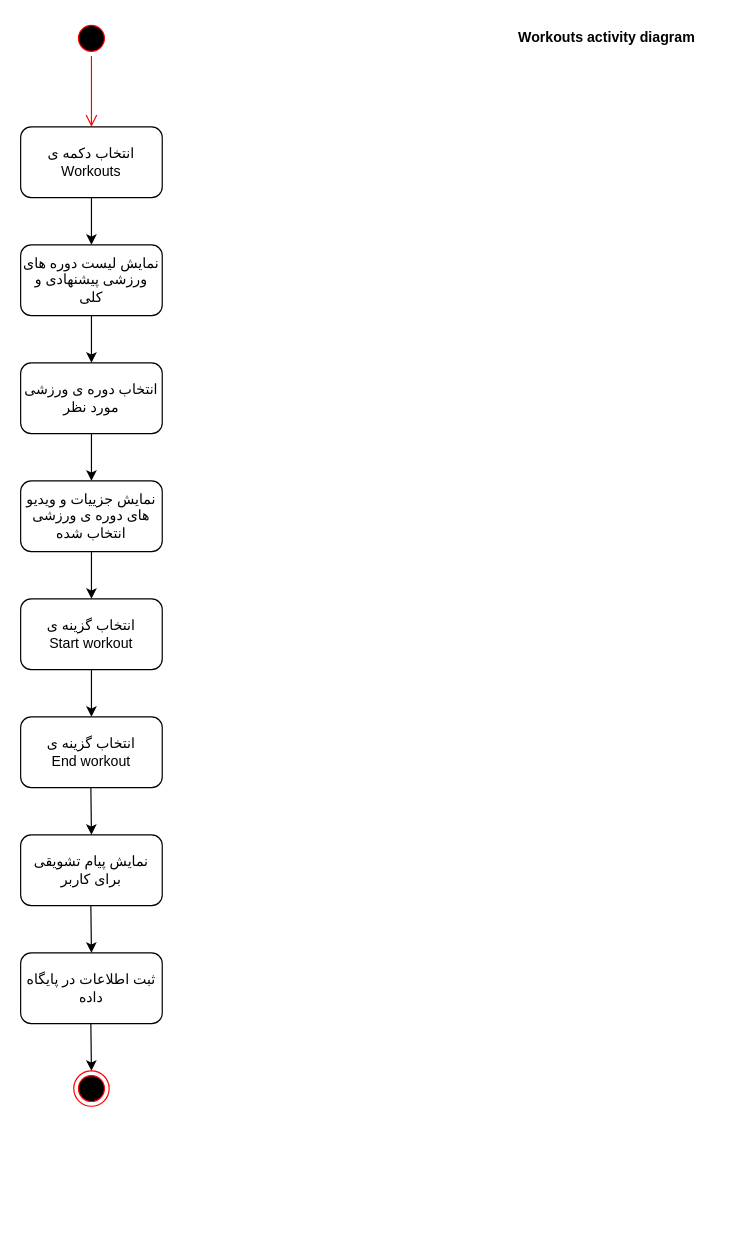
Before: Docs./ActivityDiagram-Workouts.drawio in ShadiMe-flutter/Workout, a draw.io diagram. Source tidied: cells renumbered, new cells numbered last; positions are measured from the earlier drawing's top-left corner, leaving out a move shared by most shapes. Both pictures are drawn from the tidied source at 118%, with x=0, y=0 at pixel (20, 20).
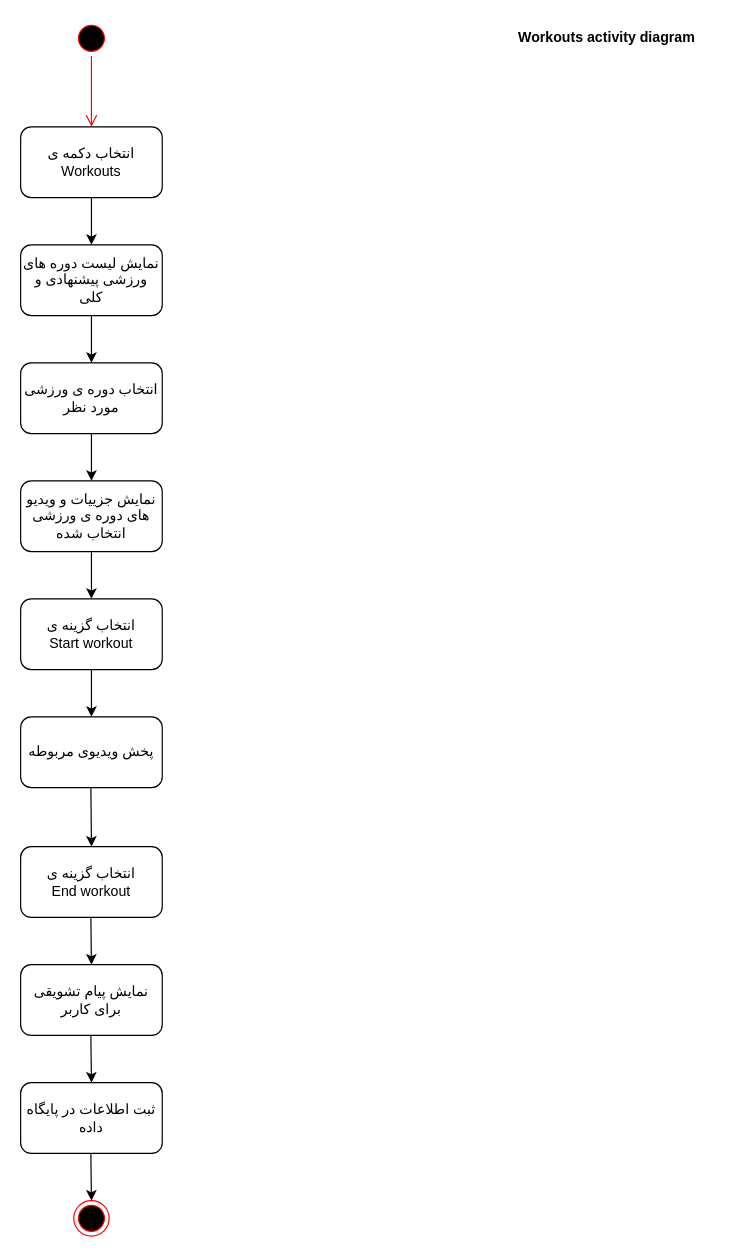
After the change.

Change to the diagram source:
```diff
@@
     <mxCell id="14" style="ellipse;html=1;shape=endState;fillColor=#000000;strokeColor=#ff0000;" parent="1" vertex="1">
-      <mxGeometry x="45" y="890" width="30" height="30" as="geometry" />
+      <mxGeometry x="45" y="1000" width="30" height="30" as="geometry" />
     </mxCell>
@@
     <mxCell id="16" value="ثبت اطلاعات در پایگاه داده" style="rounded=1;whiteSpace=wrap;html=1;" parent="1" vertex="1">
-      <mxGeometry y="790" width="120" height="60" as="geometry" />
+      <mxGeometry y="900" width="120" height="60" as="geometry" />
     </mxCell>
     <mxCell id="17" style="endArrow=classic;html=1;" parent="1" edge="1">
       <mxGeometry relative="1" as="geometry">
-        <mxPoint x="59.5" y="850" as="sourcePoint" />
-        <mxPoint x="60" y="890" as="targetPoint" />
+        <mxPoint x="59.5" y="960" as="sourcePoint" />
+        <mxPoint x="60" y="1000" as="targetPoint" />
       </mxGeometry>
     </mxCell>
     <mxCell id="18" value="&lt;div&gt;انتخاب گزینه ی &lt;br&gt;&lt;/div&gt;&lt;div&gt;End workout&lt;br&gt;&lt;/div&gt;" style="rounded=1;whiteSpace=wrap;html=1;" parent="1" vertex="1">
-      <mxGeometry y="590" width="120" height="60" as="geometry" />
+      <mxGeometry y="700" width="120" height="60" as="geometry" />
     </mxCell>
     <mxCell id="19" value="نمایش پیام تشویقی برای کاربر" style="rounded=1;whiteSpace=wrap;html=1;" parent="1" vertex="1">
-      <mxGeometry y="690" width="120" height="60" as="geometry" />
+      <mxGeometry y="800" width="120" height="60" as="geometry" />
     </mxCell>
     <mxCell id="20" style="endArrow=classic;html=1;" parent="1" edge="1">
       <mxGeometry relative="1" as="geometry">
-        <mxPoint x="59.5" y="650" as="sourcePoint" />
-        <mxPoint x="60" y="690" as="targetPoint" />
+        <mxPoint x="59.5" y="760" as="sourcePoint" />
+        <mxPoint x="60" y="800" as="targetPoint" />
       </mxGeometry>
     </mxCell>
     <mxCell id="21" style="endArrow=classic;html=1;" parent="1" edge="1">
       <mxGeometry relative="1" as="geometry">
-        <mxPoint x="59.5" y="750" as="sourcePoint" />
-        <mxPoint x="60" y="790" as="targetPoint" />
+        <mxPoint x="59.5" y="860" as="sourcePoint" />
+        <mxPoint x="60" y="900" as="targetPoint" />
       </mxGeometry>
     </mxCell>
+    <mxCell id="22" value="پخش ویدیوی مربوطه" style="rounded=1;whiteSpace=wrap;html=1;" parent="1" vertex="1">
+      <mxGeometry y="590" width="120" height="60" as="geometry" />
+    </mxCell>
+    <mxCell id="23" style="endArrow=classic;html=1;" parent="1" edge="1">
+      <mxGeometry relative="1" as="geometry">
+        <mxPoint x="59.5" y="650" as="sourcePoint" />
+        <mxPoint x="60" y="700" as="targetPoint" />
+      </mxGeometry>
+    </mxCell>
```
